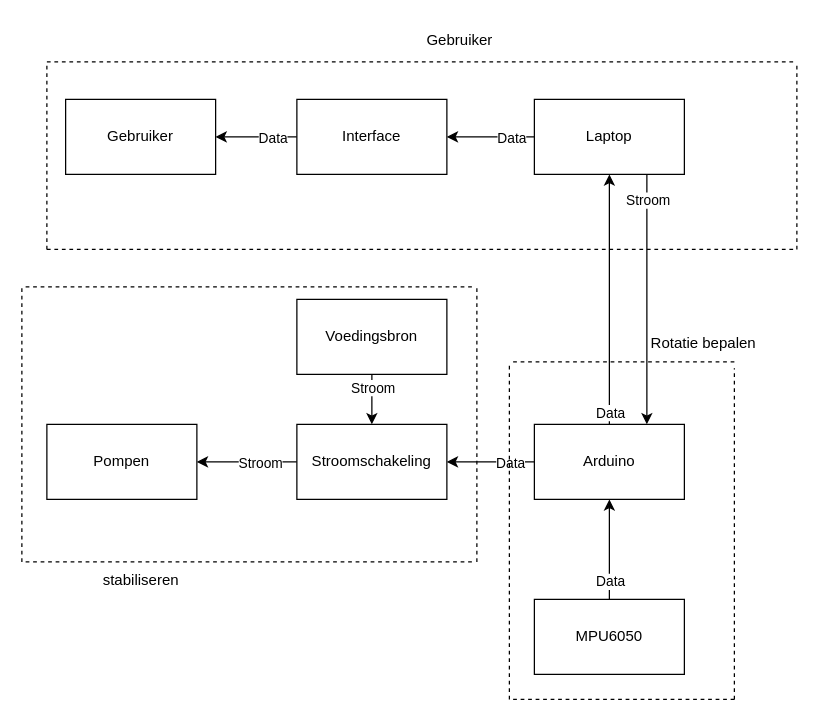
Above: Opleverset/Ontwerpen/Systeemarchitectuur ontwerp.drawio in Matthijs-Hart/Project-5-6---Floating-Farm (draw.io), before the change. Source tidied: cells renumbered, new cells numbered last; positions are measured from the earlier drawing's top-left corner, leaving out a move shared by most shapes. Both pictures are drawn from the tidied source at 125%, with x=0, y=0 at pixel (21, 21).
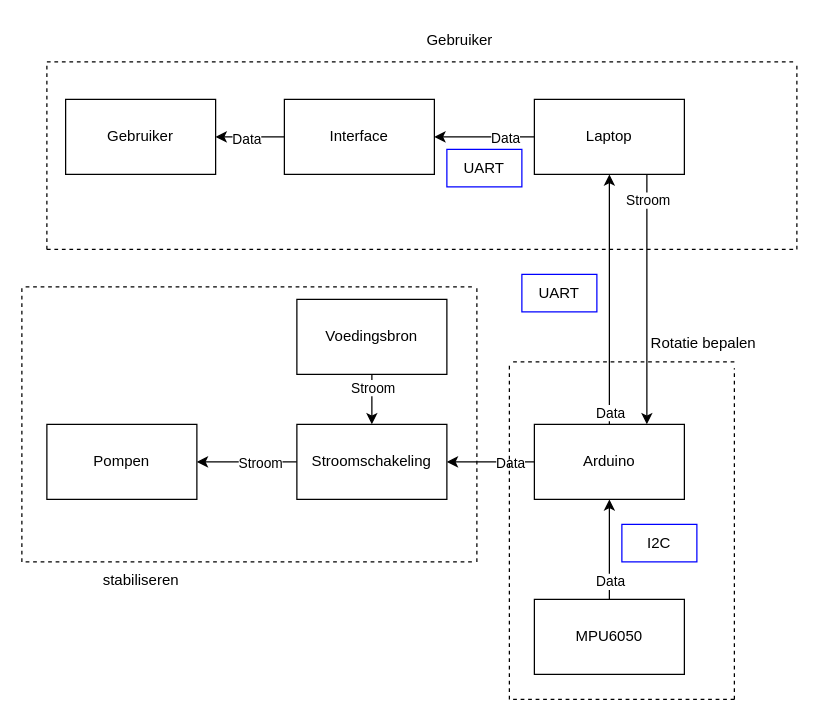
The same page after the edit.

Commit message (it also covers changes not shown here):
Aanpassingen systeemarchitectuur ontwerp

The edit, as a diff of the source:
```diff
@@
     <mxCell id="3" value="Interface" style="rounded=0;whiteSpace=wrap;html=1;" parent="1" vertex="1">
-      <mxGeometry x="220" y="62" width="120" height="60" as="geometry" />
+      <mxGeometry x="210" y="62" width="120" height="60" as="geometry" />
     </mxCell>
@@
     <mxCell id="40" value="Data" style="edgeLabel;html=1;align=center;verticalAlign=middle;" parent="1" vertex="1">
-      <mxGeometry x="200" y="92" as="geometry" />
+      <mxGeometry x="200" y="92" as="geometry">
+        <mxPoint x="-21" y="1" as="offset" />
+      </mxGeometry>
     </mxCell>
+    <mxCell id="41" value="UART" style="text;html=1;align=center;verticalAlign=middle;whiteSpace=wrap;rounded=0;strokeColor=#0000FF;" parent="1" vertex="1">
+      <mxGeometry x="340" y="102" width="60" height="30" as="geometry" />
+    </mxCell>
+    <mxCell id="42" value="UART" style="text;html=1;align=center;verticalAlign=middle;whiteSpace=wrap;rounded=0;strokeColor=#0000FF;" parent="1" vertex="1">
+      <mxGeometry x="400" y="202" width="60" height="30" as="geometry" />
+    </mxCell>
+    <mxCell id="43" value="I2C" style="text;html=1;align=center;verticalAlign=middle;whiteSpace=wrap;rounded=0;strokeColor=#0000FF;" parent="1" vertex="1">
+      <mxGeometry x="480" y="402" width="60" height="30" as="geometry" />
+    </mxCell>
```
